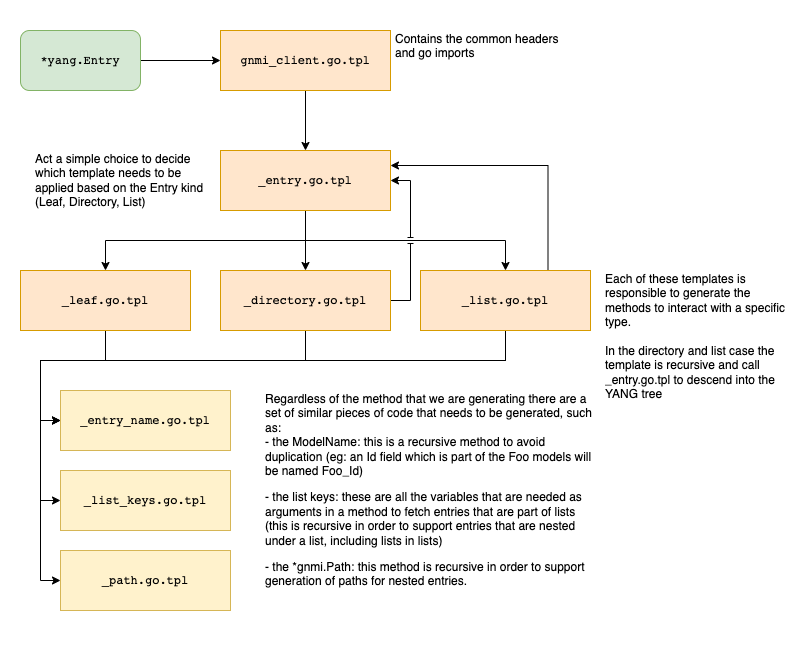
Above: pkg/gnmi-client-gen/docs/gnmi-gen-templates.drawio.png in onosproject/config-models (draw.io), before the change. Source tidied: cells renumbered, new cells last; positions are measured from the earlier drawing's top-left corner, leaving out a move shared by most shapes.
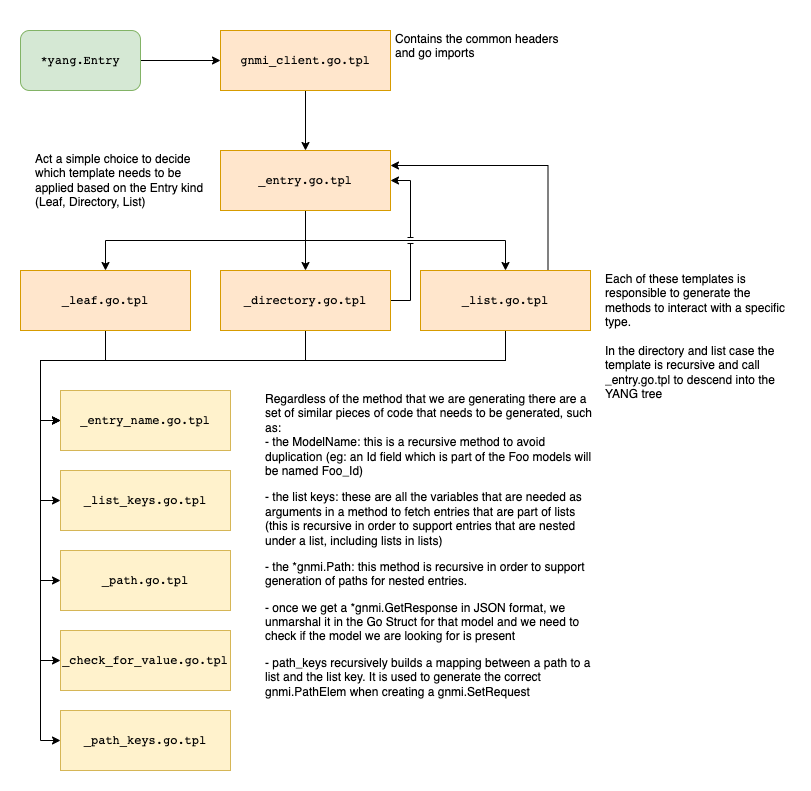
Later version of the same file.

Commit message:
Fixing bus in sdn-fabric gNMI client generation (relative LeafRef with prefixes (#271)

Diff of the diagram source:
```diff
@@ -90,6 +90,24 @@
         </Array>
       </mxGeometry>
     </mxCell>
+    <mxCell id="27" style="edgeStyle=orthogonalEdgeStyle;rounded=0;jumpStyle=line;jettySize=auto;html=1;exitX=0.5;exitY=1;exitDx=0;exitDy=0;entryX=0;entryY=0.5;entryDx=0;entryDy=0;" parent="1" edge="1" source="21" target="29">
+      <mxGeometry relative="1" as="geometry">
+        <Array as="points">
+          <mxPoint x="485" y="330" />
+          <mxPoint x="20" y="330" />
+          <mxPoint x="20" y="630" />
+        </Array>
+      </mxGeometry>
+    </mxCell>
+    <mxCell id="28" style="edgeStyle=orthogonalEdgeStyle;rounded=0;jumpStyle=line;jettySize=auto;html=1;exitX=0.5;exitY=1;exitDx=0;exitDy=0;entryX=0;entryY=0.5;entryDx=0;entryDy=0;" parent="1" edge="1" source="21" target="30">
+      <mxGeometry relative="1" as="geometry">
+        <Array as="points">
+          <mxPoint x="485" y="330" />
+          <mxPoint x="20" y="330" />
+          <mxPoint x="20" y="710" />
+        </Array>
+      </mxGeometry>
+    </mxCell>
     <mxCell id="21" value="&lt;pre&gt;_list.go.tpl&lt;/pre&gt;" style="rounded=0;whiteSpace=wrap;html=1;fillColor=#ffe6cc;strokeColor=#d79b00;" parent="1" vertex="1">
       <mxGeometry x="400" y="240" width="170" height="60" as="geometry" />
     </mxCell>
@@ -105,8 +123,14 @@
     <mxCell id="25" value="&lt;pre&gt;_path.go.tpl&lt;/pre&gt;" style="rounded=0;whiteSpace=wrap;html=1;fillColor=#fff2cc;strokeColor=#d6b656;" parent="1" vertex="1">
       <mxGeometry x="40" y="520" width="170" height="60" as="geometry" />
     </mxCell>
-    <mxCell id="26" value="&lt;p&gt;Regardless of the method that we are generating there are a set of similar pieces of code that needs to be generated, such as:&lt;br&gt;- the ModelName: this is a recursive method to avoid duplication (eg: an Id field which is part of the Foo models will be named Foo_Id)&lt;/p&gt;&lt;p&gt;- the list keys: these are all the variables that are needed as arguments in a method to fetch entries that are part of lists (this is recursive in order to support entries that are nested under a list, including lists in lists)&lt;/p&gt;&lt;p&gt;- the&amp;nbsp;*gnmi.Path: this method is recursive in order to support generation of paths for nested entries.&lt;/p&gt;" style="text;html=1;strokeColor=none;fillColor=none;spacing=5;spacingTop=-20;whiteSpace=wrap;overflow=hidden;rounded=0;" parent="1" vertex="1">
-      <mxGeometry x="240" y="360" width="340" height="240" as="geometry" />
+    <mxCell id="26" value="&lt;p&gt;Regardless of the method that we are generating there are a set of similar pieces of code that needs to be generated, such as:&lt;br&gt;- the ModelName: this is a recursive method to avoid duplication (eg: an Id field which is part of the Foo models will be named Foo_Id)&lt;/p&gt;&lt;p&gt;- the list keys: these are all the variables that are needed as arguments in a method to fetch entries that are part of lists (this is recursive in order to support entries that are nested under a list, including lists in lists)&lt;/p&gt;&lt;p&gt;- the&amp;nbsp;*gnmi.Path: this method is recursive in order to support generation of paths for nested entries.&lt;/p&gt;&lt;p&gt;- once we get a *gnmi.GetResponse in JSON format, we unmarshal it in the Go Struct for that model and we need to check if the model we are looking for is present&lt;/p&gt;&lt;p&gt;- path_keys recursively builds a mapping between a path to a list and the list key. It is used to generate the correct gnmi.PathElem when creating a gnmi.SetRequest&lt;/p&gt;" style="text;html=1;strokeColor=none;fillColor=none;spacing=5;spacingTop=-20;whiteSpace=wrap;overflow=hidden;rounded=0;" parent="1" vertex="1">
+      <mxGeometry x="240" y="360" width="340" height="350" as="geometry" />
     </mxCell>
+    <mxCell id="29" value="&lt;pre&gt;_check_for_value.go.tpl&lt;/pre&gt;" style="rounded=0;whiteSpace=wrap;html=1;fillColor=#fff2cc;strokeColor=#d6b656;" parent="1" vertex="1">
+      <mxGeometry x="40" y="600" width="170" height="60" as="geometry" />
+    </mxCell>
+    <mxCell id="30" value="&lt;pre&gt;_path_keys.go.tpl&lt;/pre&gt;" style="rounded=0;whiteSpace=wrap;html=1;fillColor=#fff2cc;strokeColor=#d6b656;" parent="1" vertex="1">
+      <mxGeometry x="40" y="680" width="170" height="60" as="geometry" />
+    </mxCell>
   </root>
 </mxGraphModel>
```
